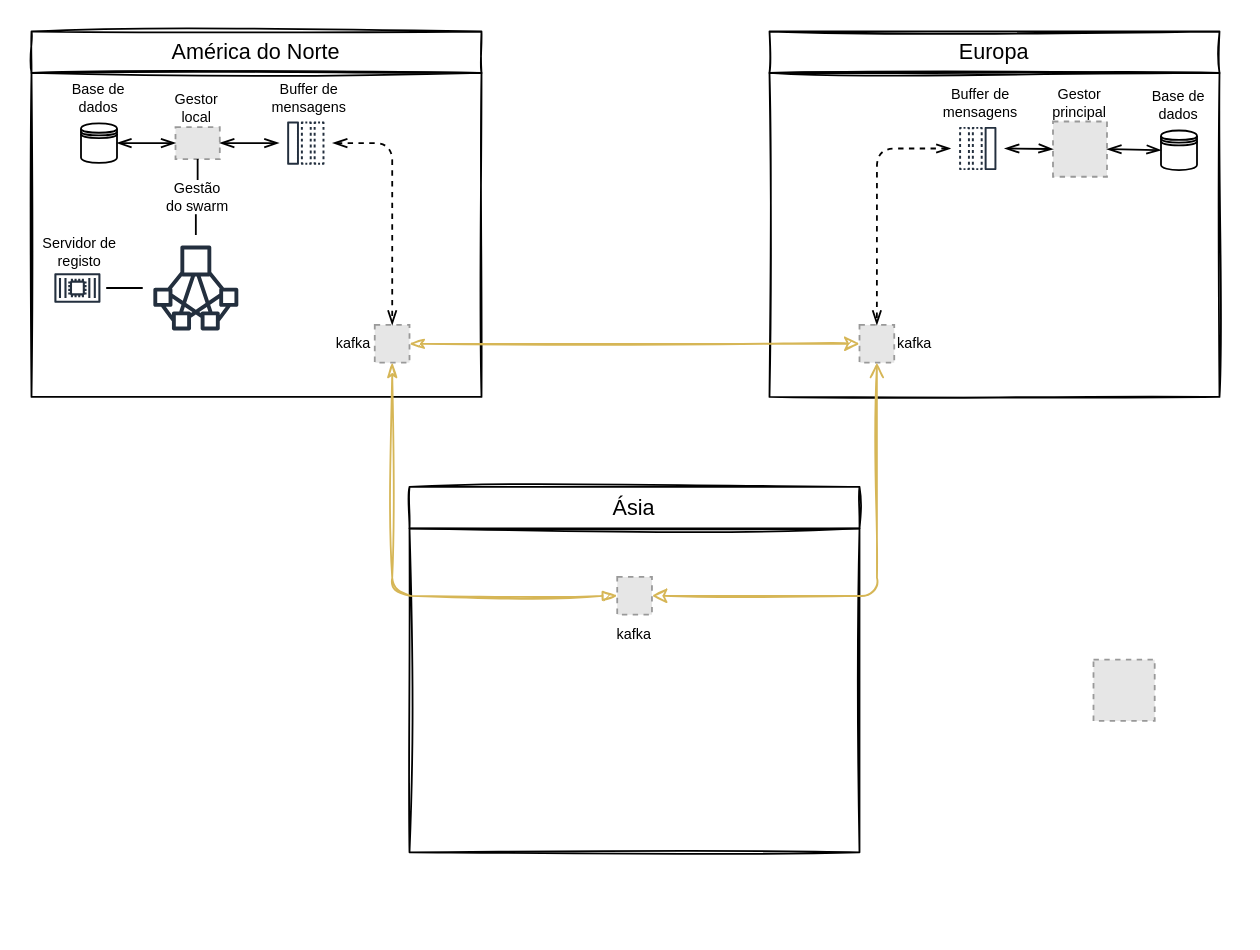
Earlier version of the draw.io diagram documentos/Imagens/Untitled Diagram.drawio (danielfct/master-thesis). Source tidied: cells renumbered, new cells numbered last; positions are measured from the earlier drawing's top-left corner, leaving out a move shared by most shapes. Both pictures are drawn from the tidied source at 180%, with x=0, y=0 at pixel (31, 31). Pictures stored in the file or linked from it are replaced by grey dashed boxes.
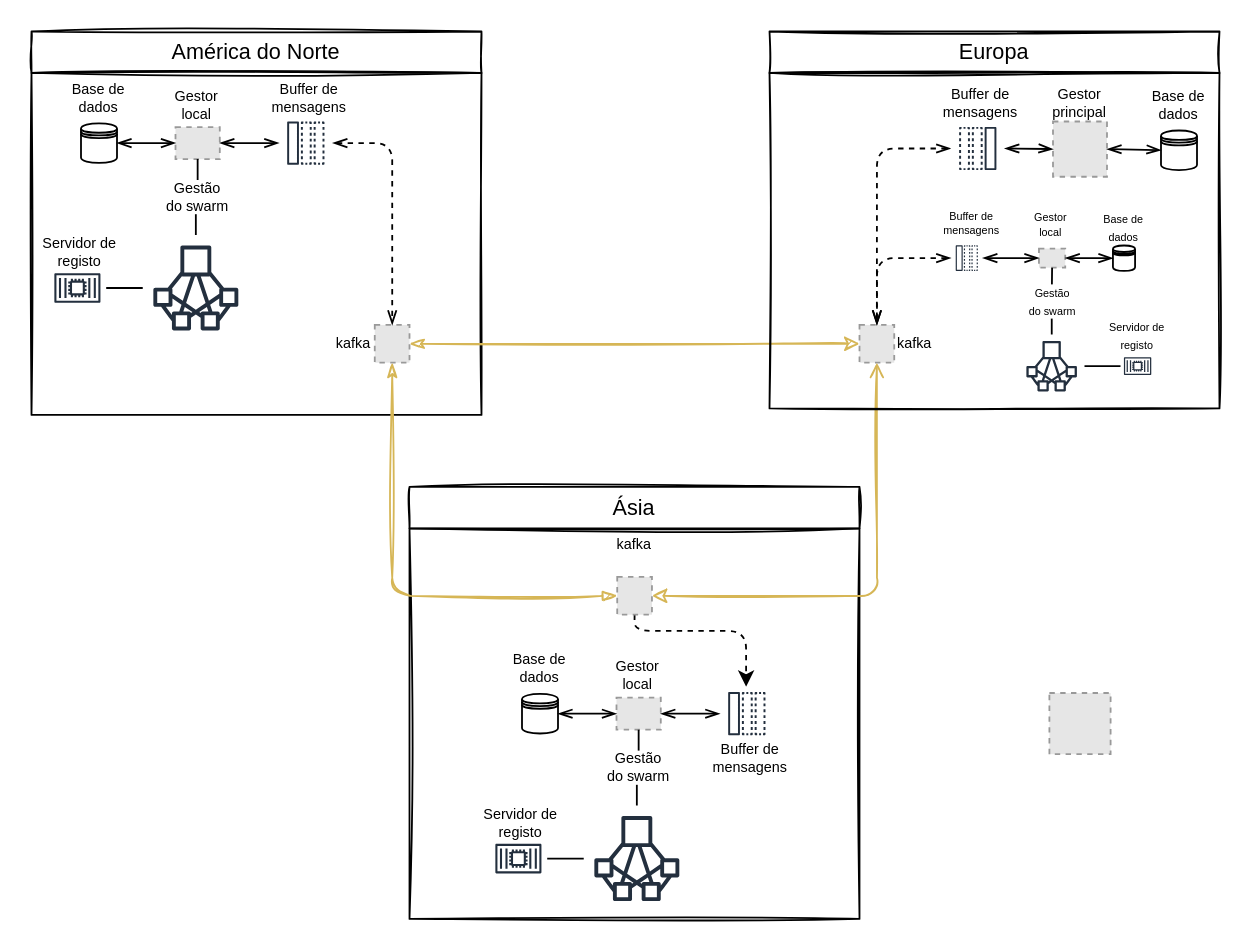
After the change.

The change refers to these unchanged cells:
```xml
<mxCell id="5" value="kafka" style="fillColor=#E6E6E6;strokeColor=#999999;dashed=1;verticalLabelPosition=middle;verticalAlign=middle;fontSize=8;labelPosition=left;align=right;" parent="1" vertex="1">
  <mxGeometry x="190.7" y="163" width="19.3" height="21" as="geometry" />
</mxCell>
<mxCell id="8" value="kafka" style="fillColor=#E6E6E6;strokeColor=#999999;dashed=1;verticalLabelPosition=middle;verticalAlign=middle;fontSize=8;labelPosition=right;align=left;" parent="1" vertex="1">
  <mxGeometry x="460" y="163" width="19.3" height="21" as="geometry" />
</mxCell>
<mxCell id="32" value="&lt;font style=&quot;font-size: 8px&quot;&gt;&amp;nbsp;&amp;nbsp;&lt;br&gt;&lt;/font&gt;" style="outlineConnect=0;fontColor=#232F3E;gradientColor=none;strokeColor=#232F3E;fillColor=#ffffff;dashed=0;verticalLabelPosition=top;verticalAlign=bottom;align=center;html=1;fontSize=12;fontStyle=0;shape=mxgraph.aws4.resourceIcon;resIcon=mxgraph.aws4.message;rounded=0;shadow=0;sketch=0;direction=east;labelPosition=center;" parent="31" vertex="1">
  <mxGeometry x="10.7" y="20" width="30" height="30" as="geometry" />
</mxCell>
<mxCell id="35" style="shape=datastore;whiteSpace=wrap;html=1;rounded=0;sketch=0;fontSize=8;labelPosition=center;verticalLabelPosition=top;align=center;verticalAlign=bottom;" parent="34" vertex="1">
  <mxGeometry x="17.5" y="25" width="20" height="22" as="geometry" />
</mxCell>
<mxCell id="41" style="outlineConnect=0;fontColor=#232F3E;gradientColor=none;strokeColor=#232F3E;dashed=0;verticalLabelPosition=top;verticalAlign=bottom;align=center;html=1;fontSize=8;fontStyle=0;shape=mxgraph.aws4.resourceIcon;resIcon=mxgraph.aws4.container_2;fillColor=none;labelPosition=center;" parent="40" vertex="1">
  <mxGeometry x="4.5" y="14" width="32" height="32" as="geometry" />
</mxCell>
```

Change to the diagram source:
```diff
@@
     <mxCell id="4" style="rounded=0;whiteSpace=wrap;html=1;shadow=0;fillColor=none;sketch=1;glass=0;" parent="1" vertex="1">
-      <mxGeometry y="23" width="250" height="180" as="geometry" />
+      <mxGeometry y="23" width="250" height="190" as="geometry" />
     </mxCell>
@@
-    <mxCell id="6" style="rounded=0;whiteSpace=wrap;html=1;shadow=0;fillColor=none;sketch=1;glass=0;" parent="1" vertex="1">
-      <mxGeometry x="410" y="23" width="250" height="180" as="geometry" />
-    </mxCell>
@@
     <mxCell id="10" style="rounded=0;whiteSpace=wrap;html=1;shadow=0;fillColor=none;sketch=1;glass=0;" parent="1" vertex="1">
-      <mxGeometry x="210" y="276" width="250" height="180" as="geometry" />
+      <mxGeometry x="210" y="276" width="250" height="217" as="geometry" />
     </mxCell>
@@
+    <mxCell id="45" style="edgeStyle=orthogonalEdgeStyle;jettySize=auto;html=1;exitX=0.5;exitY=1;exitDx=0;exitDy=0;dashed=1;rounded=1;" parent="1" edge="1" source="13" target="66">
+      <mxGeometry relative="1" as="geometry">
+        <Array as="points">
+          <mxPoint x="335" y="333" />
+          <mxPoint x="397" y="333" />
+        </Array>
+      </mxGeometry>
+    </mxCell>
-    <mxCell id="13" value="kafka&#10;" style="fillColor=#E6E6E6;strokeColor=#999999;dashed=1;verticalLabelPosition=bottom;verticalAlign=top;fontSize=8;labelPosition=center;align=center;" parent="1" vertex="1">
+    <mxCell id="13" value="kafka&#10;" style="fillColor=#E6E6E6;strokeColor=#999999;dashed=1;verticalLabelPosition=top;verticalAlign=bottom;fontSize=8;labelPosition=center;align=center;" parent="1" vertex="1">
       <mxGeometry x="325.4" y="303" width="19.3" height="21" as="geometry" />
     </mxCell>
@@
     <mxCell id="15" style="group;" parent="1" vertex="1">
-      <mxGeometry x="500" y="30" width="165" height="50.7" as="geometry" />
+      <mxGeometry x="500" y="30" width="165" height="179.4" as="geometry" />
     </mxCell>
     <mxCell id="16" style="group;" parent="15" vertex="1">
-      <mxGeometry width="55" height="50" as="geometry" />
+      <mxGeometry width="160" height="179.4" as="geometry" />
     </mxCell>
@@
+    <mxCell id="6" style="rounded=0;whiteSpace=wrap;html=1;shadow=0;fillColor=none;sketch=1;glass=0;" parent="16" vertex="1">
+      <mxGeometry x="-90" y="-7" width="250" height="186.4" as="geometry" />
+    </mxCell>
+    <mxCell id="46" value="&lt;font style=&quot;font-size: 6px&quot;&gt;Base de dados&lt;/font&gt;" style="text;html=1;strokeColor=none;fillColor=none;align=center;verticalAlign=middle;whiteSpace=wrap;rounded=0;shadow=0;sketch=1;fontSize=8;" parent="16" vertex="1">
+      <mxGeometry x="87" y="71" width="40" height="15.1" as="geometry" />
+    </mxCell>
+    <mxCell id="47" style="shape=datastore;whiteSpace=wrap;html=1;rounded=0;sketch=0;fontSize=8;labelPosition=center;verticalLabelPosition=top;align=center;verticalAlign=bottom;" parent="16" vertex="1">
+      <mxGeometry x="100.8" y="88.9" width="12.3" height="14.1" as="geometry" />
+    </mxCell>
+    <mxCell id="48" style="group;" parent="16" vertex="1">
+      <mxGeometry x="55" y="77.4" width="24.6" height="24.6" as="geometry" />
+    </mxCell>
+    <mxCell id="49" style="fillColor=#E6E6E6;strokeColor=#999999;dashed=1;verticalLabelPosition=bottom;labelBackgroundColor=#ffffff;verticalAlign=top;" parent="48" vertex="1">
+      <mxGeometry x="4.7" y="13.2" width="14.6" height="10.6" as="geometry" />
+    </mxCell>
+    <mxCell id="50" style="edgeStyle=orthogonalEdgeStyle;rounded=0;jettySize=auto;html=1;startArrow=openThin;startFill=0;endArrow=openThin;endFill=0;fontSize=8;sketch=0;exitX=1;exitY=0.5;exitDx=0;exitDy=0;" parent="16" edge="1" source="49" target="47">
+      <mxGeometry x="23" y="88" as="geometry" />
+    </mxCell>
+    <mxCell id="51" value="&lt;font style=&quot;font-size: 8px&quot;&gt;&amp;nbsp;&amp;nbsp;&lt;br&gt;&lt;/font&gt;" style="outlineConnect=0;fontColor=#232F3E;gradientColor=none;strokeColor=#232F3E;fillColor=#ffffff;dashed=0;verticalLabelPosition=top;verticalAlign=bottom;align=center;html=1;fontSize=12;fontStyle=0;shape=mxgraph.aws4.resourceIcon;resIcon=mxgraph.aws4.message;rounded=0;shadow=0;sketch=0;direction=east;labelPosition=center;" parent="16" vertex="1">
+      <mxGeometry x="10.7" y="87" width="17.8" height="17.8" as="geometry" />
+    </mxCell>
+    <mxCell id="52" style="edgeStyle=orthogonalEdgeStyle;rounded=0;jettySize=auto;html=1;startArrow=openThin;startFill=0;endArrow=openThin;endFill=0;fontSize=8;sketch=0;" parent="16" edge="1" source="51" target="49">
+      <mxGeometry x="13" y="78" as="geometry" />
+    </mxCell>
@@
     <mxCell id="27" style="fillColor=#E6E6E6;strokeColor=#999999;dashed=1;html=1;verticalAlign=top;verticalLabelPosition=bottom;labelBackgroundColor=#ffffff;fontSize=8;" parent="1" vertex="1">
-      <mxGeometry x="590" y="349" width="34" height="34" as="geometry" />
+      <mxGeometry x="565.5" y="367.5" width="34" height="34" as="geometry" />
     </mxCell>
-    <mxCell id="28" style="fillColor=#E6E6E6;strokeColor=#999999;dashed=1;verticalLabelPosition=bottom;labelBackgroundColor=#ffffff;verticalAlign=top;" parent="1" vertex="1">
-      <mxGeometry x="80" y="53.1" width="24.6" height="17.8" as="geometry" />
-    </mxCell>
-    <mxCell id="29" value="Gestão&lt;br&gt;do swarm" style="edgeStyle=orthogonalEdgeStyle;rounded=0;sketch=0;jettySize=auto;html=1;startArrow=none;startFill=0;endArrow=none;endFill=0;fontSize=8;" parent="1" edge="1" source="30" target="28">
-      <mxGeometry relative="1" as="geometry" />
-    </mxCell>
-    <mxCell id="30" style="outlineConnect=0;fontColor=#232F3E;gradientColor=none;strokeColor=#232F3E;dashed=0;verticalLabelPosition=bottom;verticalAlign=top;align=center;html=1;fontSize=12;fontStyle=0;shape=mxgraph.aws4.resourceIcon;resIcon=mxgraph.aws4.cluster;rounded=0;shadow=0;sketch=0;direction=south;fillColor=none;" parent="1" vertex="1">
-      <mxGeometry x="61.8" y="113" width="59" height="59" as="geometry" />
-    </mxCell>
@@
+    <mxCell id="43" style="edgeStyle=orthogonalEdgeStyle;rounded=1;sketch=0;jettySize=auto;html=1;startArrow=openThin;startFill=0;endArrow=openThin;endFill=0;fontSize=8;dashed=1;" parent="1" edge="1" source="32" target="5">
+      <mxGeometry relative="1" as="geometry" />
+    </mxCell>
+    <mxCell id="53" style="group;" parent="1" vertex="1">
+      <mxGeometry x="72.3" y="32.5" width="40" height="38.4" as="geometry" />
+    </mxCell>
+    <mxCell id="28" style="fillColor=#E6E6E6;strokeColor=#999999;dashed=1;verticalLabelPosition=bottom;labelBackgroundColor=#ffffff;verticalAlign=top;" parent="53" vertex="1">
+      <mxGeometry x="7.7" y="20.6" width="24.6" height="17.8" as="geometry" />
+    </mxCell>
-    <mxCell id="37" value="Gestor local" style="text;html=1;strokeColor=none;fillColor=none;align=center;verticalAlign=middle;whiteSpace=wrap;rounded=0;fontSize=8;" parent="1" vertex="1">
-      <mxGeometry x="72.3" y="32.5" width="40" height="20" as="geometry" />
+    <mxCell id="37" value="Gestor local" style="text;html=1;strokeColor=none;fillColor=none;align=center;verticalAlign=middle;whiteSpace=wrap;rounded=0;fontSize=8;" parent="53" vertex="1">
+      <mxGeometry y="-2" width="40" height="20" as="geometry" />
     </mxCell>
+    <mxCell id="54" style="group;" parent="1" vertex="1">
+      <mxGeometry x="5" y="112.5" width="115.8" height="59.5" as="geometry" />
+    </mxCell>
+    <mxCell id="30" style="outlineConnect=0;fontColor=#232F3E;gradientColor=none;strokeColor=#232F3E;dashed=0;verticalLabelPosition=bottom;verticalAlign=top;align=center;html=1;fontSize=12;fontStyle=0;shape=mxgraph.aws4.resourceIcon;resIcon=mxgraph.aws4.cluster;rounded=0;shadow=0;sketch=0;direction=south;fillColor=none;" parent="54" vertex="1">
+      <mxGeometry x="56.8" y="0.5" width="59" height="59" as="geometry" />
+    </mxCell>
-    <mxCell id="38" style="edgeStyle=orthogonalEdgeStyle;rounded=0;jettySize=auto;html=1;startArrow=openThin;startFill=0;endArrow=openThin;endFill=0;fontSize=8;" parent="1" edge="1" source="35" target="28">
+    <mxCell id="38" style="edgeStyle=orthogonalEdgeStyle;rounded=0;jettySize=auto;html=1;startArrow=openThin;startFill=0;endArrow=openThin;endFill=0;fontSize=8;" parent="54" edge="1" source="35" target="28">
       <mxGeometry relative="1" as="geometry" />
     </mxCell>
-    <mxCell id="39" style="edgeStyle=orthogonalEdgeStyle;rounded=0;jettySize=auto;html=1;startArrow=openThin;startFill=0;endArrow=openThin;endFill=0;fontSize=8;sketch=0;" parent="1" edge="1" source="32" target="28">
+    <mxCell id="39" style="edgeStyle=orthogonalEdgeStyle;rounded=0;jettySize=auto;html=1;startArrow=openThin;startFill=0;endArrow=openThin;endFill=0;fontSize=8;sketch=0;" parent="54" edge="1" source="32" target="28">
       <mxGeometry relative="1" as="geometry" />
     </mxCell>
-    <mxCell id="40" style="group;" parent="1" vertex="1">
-      <mxGeometry x="5" y="112.5" width="44" height="46" as="geometry" />
+    <mxCell id="40" style="group;" parent="54" vertex="1">
+      <mxGeometry width="44" height="46" as="geometry" />
     </mxCell>
@@
-    <mxCell id="43" style="edgeStyle=orthogonalEdgeStyle;rounded=1;sketch=0;jettySize=auto;html=1;startArrow=openThin;startFill=0;endArrow=openThin;endFill=0;fontSize=8;dashed=1;" parent="1" edge="1" source="32" target="5">
-      <mxGeometry relative="1" as="geometry" />
-    </mxCell>
-    <mxCell id="44" style="edgeStyle=orthogonalEdgeStyle;rounded=1;sketch=0;jettySize=auto;html=1;startArrow=none;startFill=0;endArrow=none;endFill=0;fontSize=8;" parent="1" edge="1" source="41" target="30">
+    <mxCell id="44" style="edgeStyle=orthogonalEdgeStyle;rounded=1;sketch=0;jettySize=auto;html=1;startArrow=none;startFill=0;endArrow=none;endFill=0;fontSize=8;" parent="54" edge="1" source="41" target="30">
       <mxGeometry relative="1" as="geometry" />
     </mxCell>
+    <mxCell id="29" value="Gestão&lt;br&gt;do swarm" style="edgeStyle=orthogonalEdgeStyle;rounded=0;sketch=0;jettySize=auto;html=1;startArrow=none;startFill=0;endArrow=none;endFill=0;fontSize=8;" parent="1" edge="1" source="30" target="28">
+      <mxGeometry relative="1" as="geometry" />
+    </mxCell>
+    <mxCell id="55" style="edgeStyle=orthogonalEdgeStyle;curved=0;rounded=1;sketch=0;jumpStyle=gap;jumpSize=7;jettySize=auto;html=1;dashed=1;startArrow=openThin;startFill=0;endArrow=openThin;endFill=0;fontSize=10;" parent="1" edge="1" source="51" target="8">
+      <mxGeometry relative="1" as="geometry" />
+    </mxCell>
+    <mxCell id="56" value="Gestor local" style="text;html=1;strokeColor=none;fillColor=none;align=center;verticalAlign=middle;whiteSpace=wrap;rounded=0;fontSize=6;" parent="1" vertex="1">
+      <mxGeometry x="554.4" y="101.6" width="24.6" height="12.8" as="geometry" />
+    </mxCell>
+    <mxCell id="57" value="Buffer de mensagens" style="text;html=1;strokeColor=none;fillColor=none;align=center;verticalAlign=middle;whiteSpace=wrap;rounded=0;shadow=0;sketch=1;fontSize=6;" parent="1" vertex="1">
+      <mxGeometry x="514" y="102" width="17" height="9.5" as="geometry" />
+    </mxCell>
+    <mxCell id="58" style="group;" parent="1" vertex="1">
+      <mxGeometry x="513" y="159.4" width="130" height="38.2" as="geometry" />
+    </mxCell>
+    <mxCell id="59" style="outlineConnect=0;fontColor=#232F3E;gradientColor=none;strokeColor=#232F3E;dashed=0;verticalLabelPosition=bottom;verticalAlign=top;align=center;html=1;fontSize=12;fontStyle=0;shape=mxgraph.aws4.resourceIcon;resIcon=mxgraph.aws4.cluster;rounded=0;shadow=0;sketch=0;direction=south;fillColor=none;" parent="58" vertex="1">
+      <mxGeometry x="36.2" y="9" width="35.1" height="35.1" as="geometry" />
+    </mxCell>
+    <mxCell id="60" style="group;" parent="58" vertex="1">
+      <mxGeometry width="130" height="29.5" as="geometry" />
+    </mxCell>
+    <mxCell id="61" value="&lt;font style=&quot;font-size: 6px&quot;&gt;Servidor de registo&lt;/font&gt;" style="text;html=1;strokeColor=none;fillColor=none;align=center;verticalAlign=middle;whiteSpace=wrap;rounded=0;fontSize=8;" parent="60" vertex="1">
+      <mxGeometry x="78" y="3.6" width="47" height="12.8" as="geometry" />
+    </mxCell>
+    <mxCell id="62" value="&lt;font style=&quot;font-size: 6px&quot;&gt;Gestão&lt;br&gt;do swarm&lt;/font&gt;" style="edgeStyle=orthogonalEdgeStyle;rounded=0;sketch=0;jettySize=auto;html=1;startArrow=none;startFill=0;endArrow=none;endFill=0;fontSize=8;" parent="1" edge="1" source="59" target="49">
+      <mxGeometry x="563" y="165" as="geometry" />
+    </mxCell>
+    <mxCell id="63" style="outlineConnect=0;fontColor=#232F3E;gradientColor=none;strokeColor=#232F3E;dashed=0;verticalLabelPosition=top;verticalAlign=bottom;align=center;html=1;fontSize=8;fontStyle=0;shape=mxgraph.aws4.resourceIcon;resIcon=mxgraph.aws4.container_2;fillColor=none;labelPosition=center;" parent="1" vertex="1">
+      <mxGeometry x="605" y="176.4" width="19" height="19" as="geometry" />
+    </mxCell>
+    <mxCell id="64" style="edgeStyle=orthogonalEdgeStyle;rounded=1;sketch=0;jettySize=auto;html=1;startArrow=none;startFill=0;endArrow=none;endFill=0;fontSize=8;" parent="1" edge="1" source="63" target="59">
+      <mxGeometry x="563" y="165" as="geometry" />
+    </mxCell>
+    <mxCell id="65" style="group;" parent="1" vertex="1">
+      <mxGeometry x="250" y="343" width="176.7" height="146" as="geometry" />
+    </mxCell>
+    <mxCell id="66" value="&lt;font style=&quot;font-size: 8px&quot;&gt;&amp;nbsp;&amp;nbsp;&lt;br&gt;&lt;/font&gt;" style="outlineConnect=0;fontColor=#232F3E;gradientColor=none;strokeColor=#232F3E;fillColor=#ffffff;dashed=0;verticalLabelPosition=top;verticalAlign=bottom;align=center;html=1;fontSize=12;fontStyle=0;shape=mxgraph.aws4.resourceIcon;resIcon=mxgraph.aws4.message;rounded=0;shadow=0;sketch=0;direction=east;labelPosition=center;" parent="65" vertex="1">
+      <mxGeometry x="132.4" y="21" width="30" height="30" as="geometry" />
+    </mxCell>
+    <mxCell id="67" value="Buffer de mensagens" style="text;html=1;strokeColor=none;fillColor=none;align=center;verticalAlign=middle;whiteSpace=wrap;rounded=0;shadow=0;sketch=1;fontSize=8;" parent="65" vertex="1">
+      <mxGeometry x="121.7" y="51" width="55" height="20" as="geometry" />
+    </mxCell>
+    <mxCell id="68" style="group;" parent="65" vertex="1">
+      <mxGeometry x="5" width="55" height="50" as="geometry" />
+    </mxCell>
+    <mxCell id="69" style="shape=datastore;whiteSpace=wrap;html=1;rounded=0;sketch=0;fontSize=8;labelPosition=center;verticalLabelPosition=top;align=center;verticalAlign=bottom;" parent="68" vertex="1">
+      <mxGeometry x="17.5" y="25" width="20" height="22" as="geometry" />
+    </mxCell>
+    <mxCell id="70" value="Base de dados" style="text;html=1;strokeColor=none;fillColor=none;align=center;verticalAlign=middle;whiteSpace=wrap;rounded=0;shadow=0;sketch=1;fontSize=8;" parent="68" vertex="1">
+      <mxGeometry width="55" height="22" as="geometry" />
+    </mxCell>
+    <mxCell id="71" style="group;" parent="65" vertex="1">
+      <mxGeometry x="67.3" y="6.5" width="40" height="38.4" as="geometry" />
+    </mxCell>
+    <mxCell id="72" style="fillColor=#E6E6E6;strokeColor=#999999;dashed=1;verticalLabelPosition=bottom;labelBackgroundColor=#ffffff;verticalAlign=top;" parent="71" vertex="1">
+      <mxGeometry x="7.7" y="20.6" width="24.6" height="17.8" as="geometry" />
+    </mxCell>
+    <mxCell id="73" value="Gestor local" style="text;html=1;strokeColor=none;fillColor=none;align=center;verticalAlign=middle;whiteSpace=wrap;rounded=0;fontSize=8;" parent="71" vertex="1">
+      <mxGeometry y="-2" width="40" height="20" as="geometry" />
+    </mxCell>
+    <mxCell id="74" style="group;" parent="65" vertex="1">
+      <mxGeometry y="86.5" width="115.8" height="59.5" as="geometry" />
+    </mxCell>
+    <mxCell id="75" style="outlineConnect=0;fontColor=#232F3E;gradientColor=none;strokeColor=#232F3E;dashed=0;verticalLabelPosition=bottom;verticalAlign=top;align=center;html=1;fontSize=12;fontStyle=0;shape=mxgraph.aws4.resourceIcon;resIcon=mxgraph.aws4.cluster;rounded=0;shadow=0;sketch=0;direction=south;fillColor=none;" parent="74" vertex="1">
+      <mxGeometry x="56.8" y="0.5" width="59" height="59" as="geometry" />
+    </mxCell>
+    <mxCell id="76" style="group;" parent="74" vertex="1">
+      <mxGeometry width="44" height="46" as="geometry" />
+    </mxCell>
+    <mxCell id="77" style="outlineConnect=0;fontColor=#232F3E;gradientColor=none;strokeColor=#232F3E;dashed=0;verticalLabelPosition=top;verticalAlign=bottom;align=center;html=1;fontSize=8;fontStyle=0;shape=mxgraph.aws4.resourceIcon;resIcon=mxgraph.aws4.container_2;fillColor=none;labelPosition=center;" parent="76" vertex="1">
+      <mxGeometry x="4.5" y="14" width="32" height="32" as="geometry" />
+    </mxCell>
+    <mxCell id="78" value="Servidor de registo" style="text;html=1;strokeColor=none;fillColor=none;align=center;verticalAlign=middle;whiteSpace=wrap;rounded=0;fontSize=8;" parent="76" vertex="1">
+      <mxGeometry width="44" height="20" as="geometry" />
+    </mxCell>
+    <mxCell id="79" style="edgeStyle=orthogonalEdgeStyle;rounded=1;sketch=0;jettySize=auto;html=1;startArrow=none;startFill=0;endArrow=none;endFill=0;fontSize=8;" parent="74" edge="1" source="77" target="75">
+      <mxGeometry relative="1" as="geometry" />
+    </mxCell>
+    <mxCell id="80" value="Gestão&lt;br&gt;do swarm" style="edgeStyle=orthogonalEdgeStyle;rounded=0;sketch=0;jettySize=auto;html=1;startArrow=none;startFill=0;endArrow=none;endFill=0;fontSize=8;" parent="65" edge="1" source="75" target="72">
+      <mxGeometry relative="1" as="geometry" />
+    </mxCell>
+    <mxCell id="81" style="edgeStyle=orthogonalEdgeStyle;rounded=0;jettySize=auto;html=1;startArrow=openThin;startFill=0;endArrow=openThin;endFill=0;fontSize=8;sketch=0;" parent="65" edge="1" source="66" target="72">
+      <mxGeometry relative="1" as="geometry" />
+    </mxCell>
+    <mxCell id="82" style="edgeStyle=orthogonalEdgeStyle;rounded=0;jettySize=auto;html=1;startArrow=openThin;startFill=0;endArrow=openThin;endFill=0;fontSize=8;" parent="65" edge="1" source="69" target="72">
+      <mxGeometry relative="1" as="geometry" />
+    </mxCell>
```
